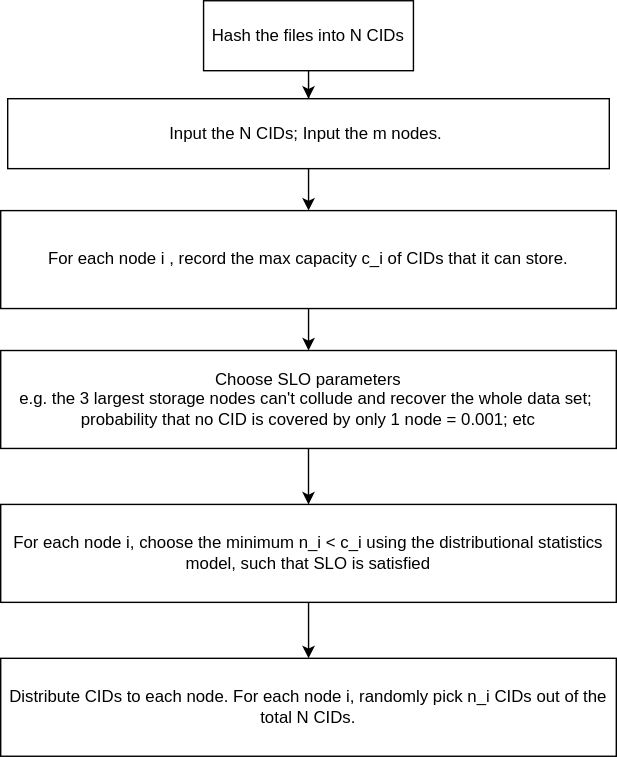
This is assets/flow_chart.drawio.svg from zcahkwn/occ, a draw.io export, as it was before one commit. Source tidied: cells renumbered, new cells last; positions are measured from the earlier drawing's top-left corner, leaving out a move shared by most shapes.
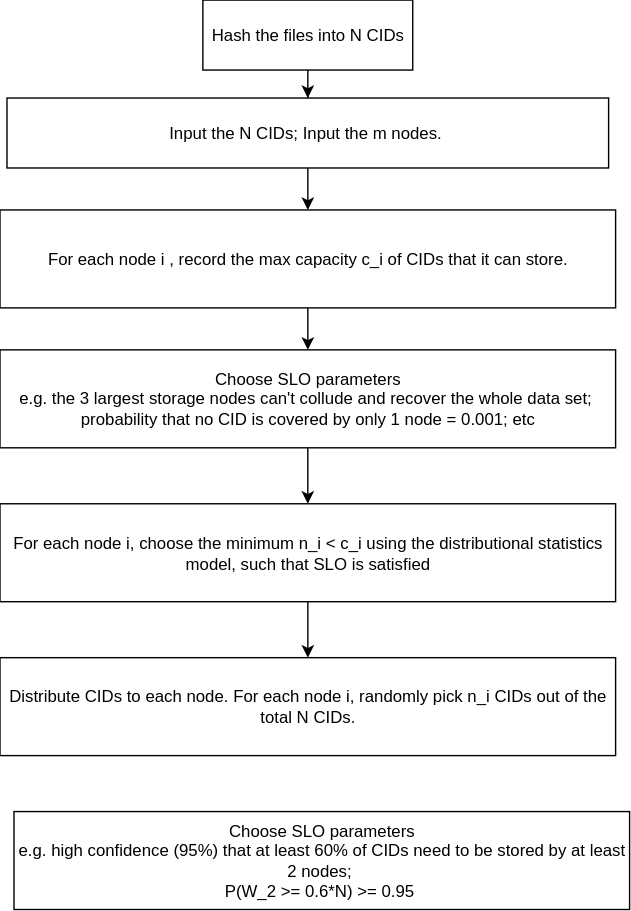
The same file after the commit.

What changed in the source:
```diff
@@ -42,5 +42,8 @@
     <mxCell id="12" value="Hash the files into N CIDs" style="rounded=0;whiteSpace=wrap;html=1;" parent="1" vertex="1">
       <mxGeometry x="145" width="150" height="50" as="geometry" />
     </mxCell>
+    <mxCell id="13" value="Choose SLO parameters&lt;div&gt;e.g. high confidence (95%) that at least 60% of CIDs need to be stored by at least 2 nodes;&amp;nbsp;&lt;/div&gt;&lt;div&gt;P(W_2 &amp;gt;= 0.6*N) &amp;gt;= 0.95&amp;nbsp;&lt;/div&gt;" style="rounded=0;whiteSpace=wrap;html=1;" parent="1" vertex="1">
+      <mxGeometry x="10" y="580" width="440" height="70" as="geometry" />
+    </mxCell>
   </root>
 </mxGraphModel>
```
